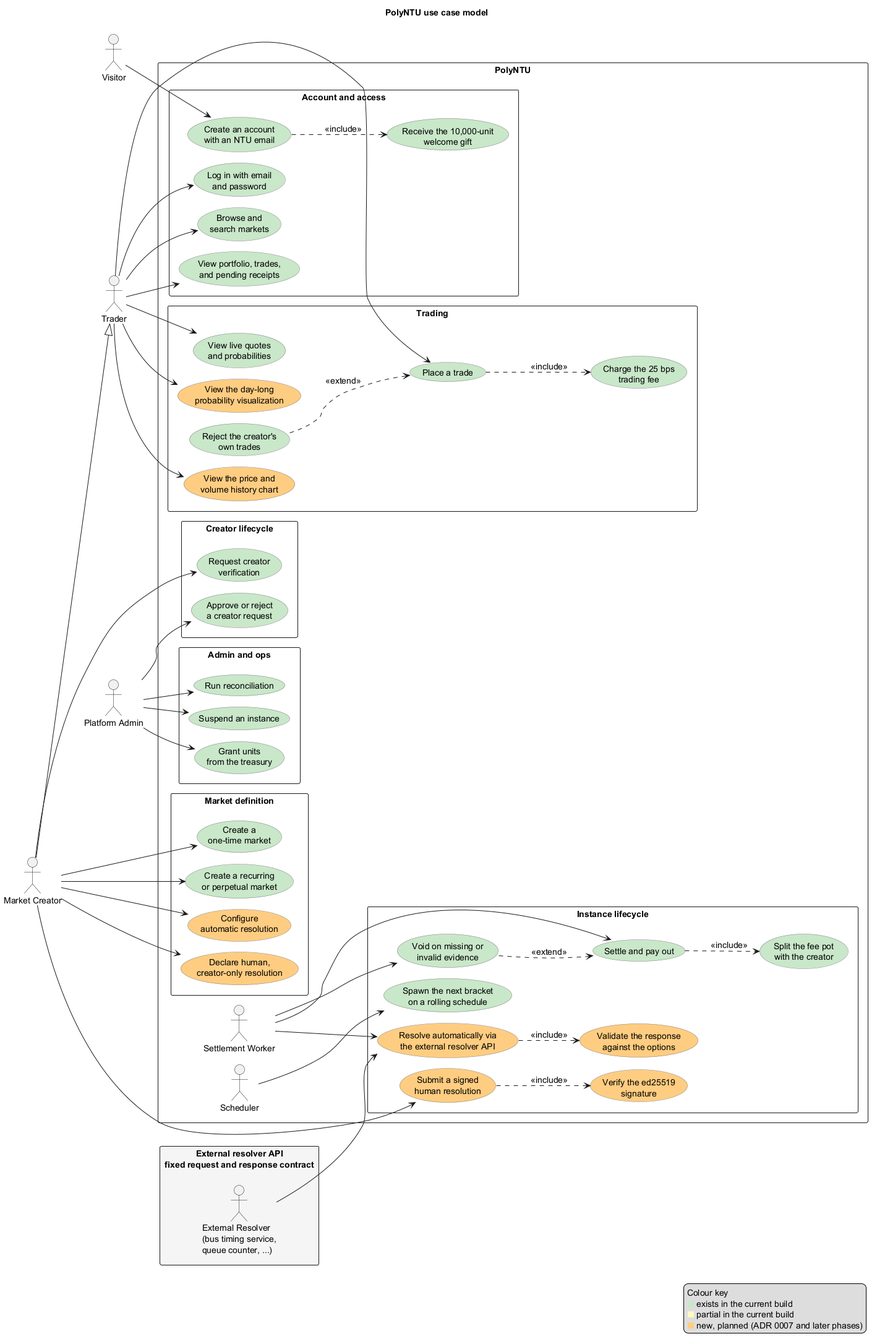
Earlier version of the PlantUML export docs/diagrams/use-case.png (sagar2377/PolyNTU).
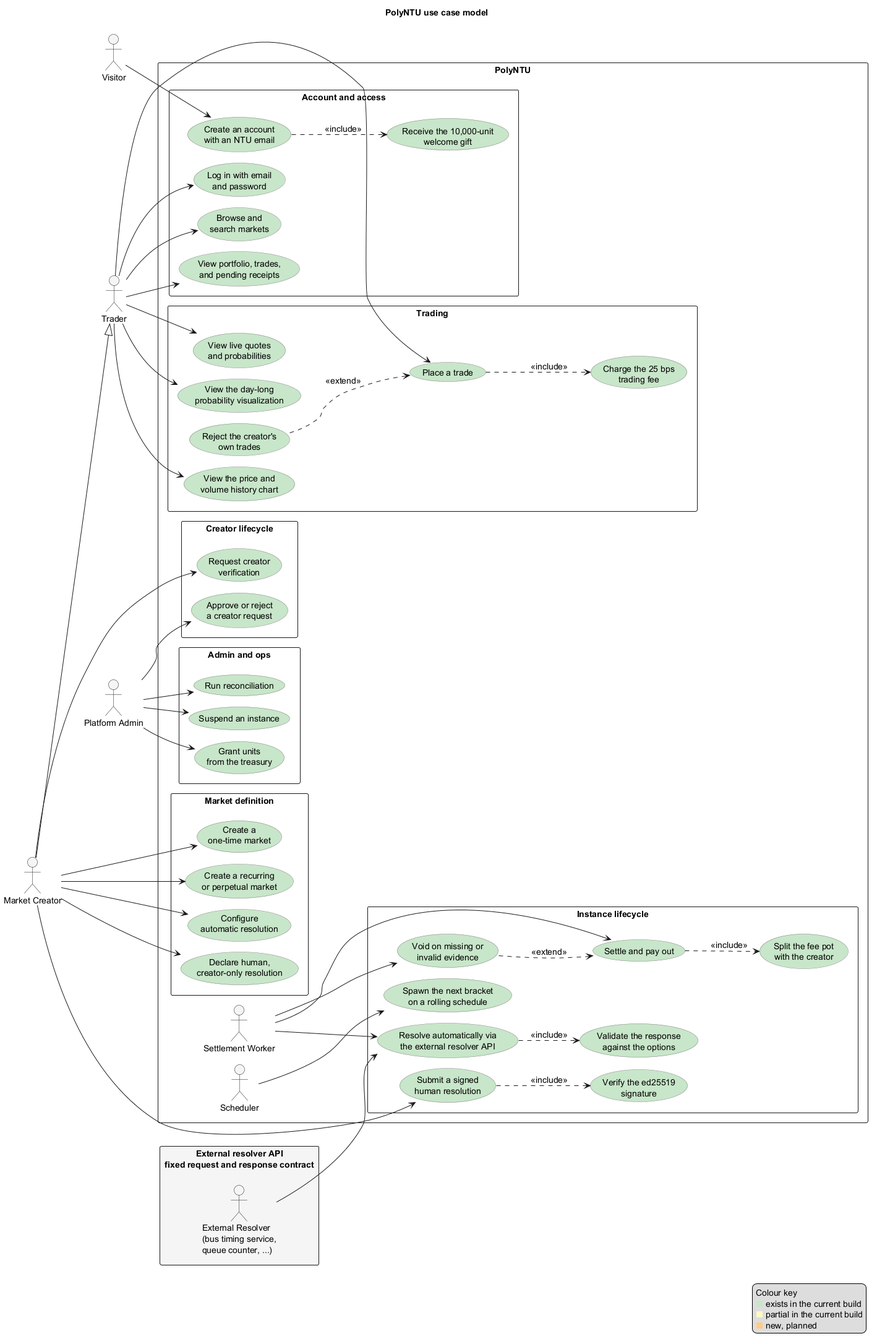
Later version of the same file.

Diff of the diagram source:
```diff
@@ -35,16 +35,16 @@
   package "Market definition" {
     usecase "Create a\none-time market" as UC8 #C8E6C9
     usecase "Create a recurring\nor perpetual market" as UC9 #C8E6C9
-    usecase "Configure\nautomatic resolution" as UC10 #FFCC80
-    usecase "Declare human,\ncreator-only resolution" as UC11 #FFCC80
+    usecase "Configure\nautomatic resolution" as UC10 #C8E6C9
+    usecase "Declare human,\ncreator-only resolution" as UC11 #C8E6C9
   }
 
   package "Instance lifecycle" {
     usecase "Spawn the next bracket\non a rolling schedule" as UC12 #C8E6C9
-    usecase "Resolve automatically via\nthe external resolver API" as UC13 #FFCC80
-    usecase "Validate the response\nagainst the options" as UC13a #FFCC80
-    usecase "Submit a signed\nhuman resolution" as UC14 #FFCC80
-    usecase "Verify the ed25519\nsignature" as UC14a #FFCC80
+    usecase "Resolve automatically via\nthe external resolver API" as UC13 #C8E6C9
+    usecase "Validate the response\nagainst the options" as UC13a #C8E6C9
+    usecase "Submit a signed\nhuman resolution" as UC14 #C8E6C9
+    usecase "Verify the ed25519\nsignature" as UC14a #C8E6C9
     usecase "Settle and pay out" as UC15 #C8E6C9
     usecase "Split the fee pot\nwith the creator" as UC16 #C8E6C9
     usecase "Void on missing or\ninvalid evidence" as UC17 #C8E6C9
@@ -52,11 +52,11 @@
 
   package "Trading" {
     usecase "View live quotes\nand probabilities" as UC18 #C8E6C9
-    usecase "View the price and\nvolume history chart" as UC19 #FFCC80
+    usecase "View the price and\nvolume history chart" as UC19 #C8E6C9
     usecase "Place a trade" as UC20 #C8E6C9
     usecase "Charge the 25 bps\ntrading fee" as UC20a #C8E6C9
     usecase "Reject the creator's\nown trades" as UC20b #C8E6C9
-    usecase "View the day-long\nprobability visualization" as UC21 #FFCC80
+    usecase "View the day-long\nprobability visualization" as UC21 #C8E6C9
   }
 
   package "Admin and ops" {
@@ -109,6 +109,6 @@
   Colour key
   <color:#C8E6C9>■</color> exists in the current build
   <color:#FFF9C4>■</color> partial in the current build
-  <color:#FFCC80>■</color> new, planned (ADR 0007 and later phases)
+  <color:#FFCC80>■</color> new, planned
 endlegend
 @enduml
```
